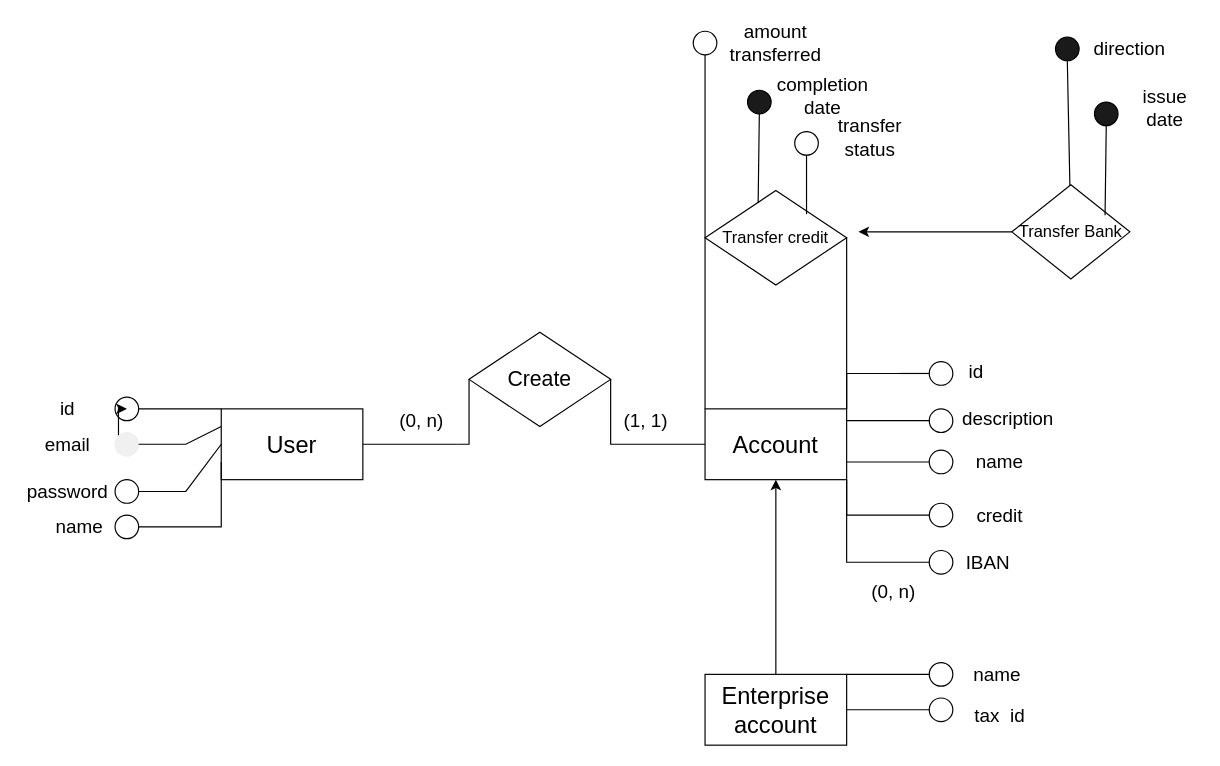
Earlier version of the draw.io diagram Ejercicio 7.drawio (BalamLibre/Ejercicios). Source tidied: cells renumbered, new cells numbered last; positions are measured from the earlier drawing's top-left corner, leaving out a move shared by most shapes. Both pictures are drawn from the tidied source at 118%, with x=0, y=0 at pixel (20, 25).
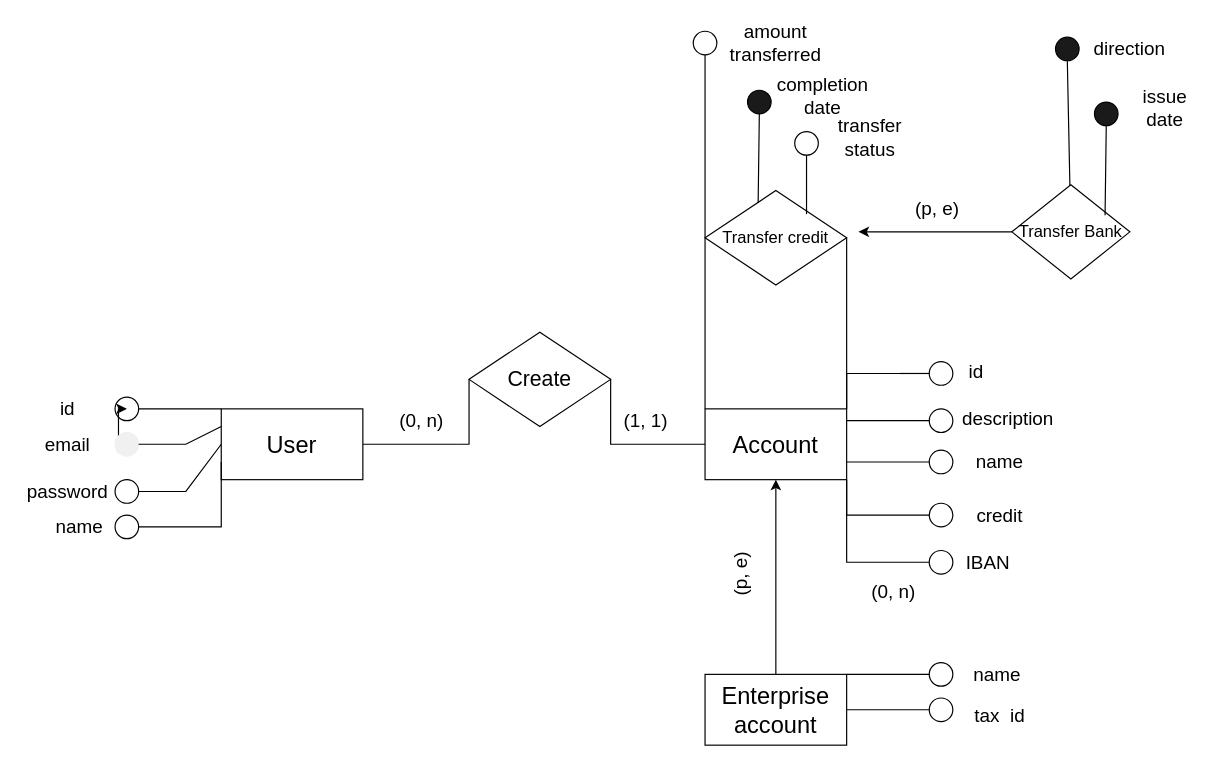
After the change.

What changed in the source:
```diff
@@
+    <mxCell id="69" value="&lt;font style=&quot;font-size: 16px;&quot;&gt;(p, e)&lt;/font&gt;" style="text;html=1;strokeColor=none;fillColor=none;align=center;verticalAlign=middle;whiteSpace=wrap;rounded=0;rotation=-90;" parent="1" vertex="1">
+      <mxGeometry x="580" y="450" width="60" height="30" as="geometry" />
+    </mxCell>
+    <mxCell id="70" value="&lt;font style=&quot;font-size: 16px;&quot;&gt;(p, e)&lt;/font&gt;" style="text;html=1;strokeColor=none;fillColor=none;align=center;verticalAlign=middle;whiteSpace=wrap;rounded=0;rotation=0;" parent="1" vertex="1">
+      <mxGeometry x="747" y="140" width="60" height="30" as="geometry" />
+    </mxCell>
```
